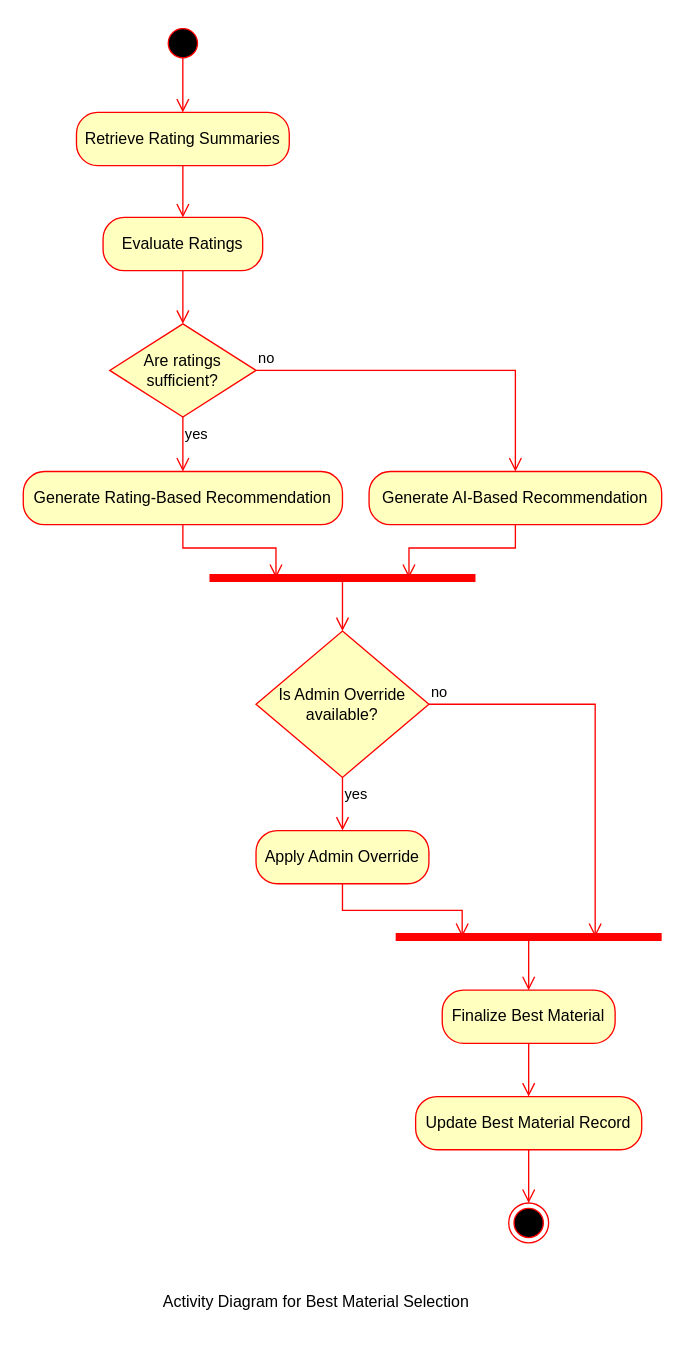
The draw.io diagram page "Activity Diagram" (7 of 7) of docs/system-diagrams.drawio in SayanMondal-1643/PeerPrep, before the edit. Source tidied: cells renumbered, new cells numbered last; positions are measured from the earlier drawing's top-left corner, leaving out a move shared by most shapes. Both pictures are drawn from the tidied source at 133%, with x=0, y=0 at pixel (23, 23).
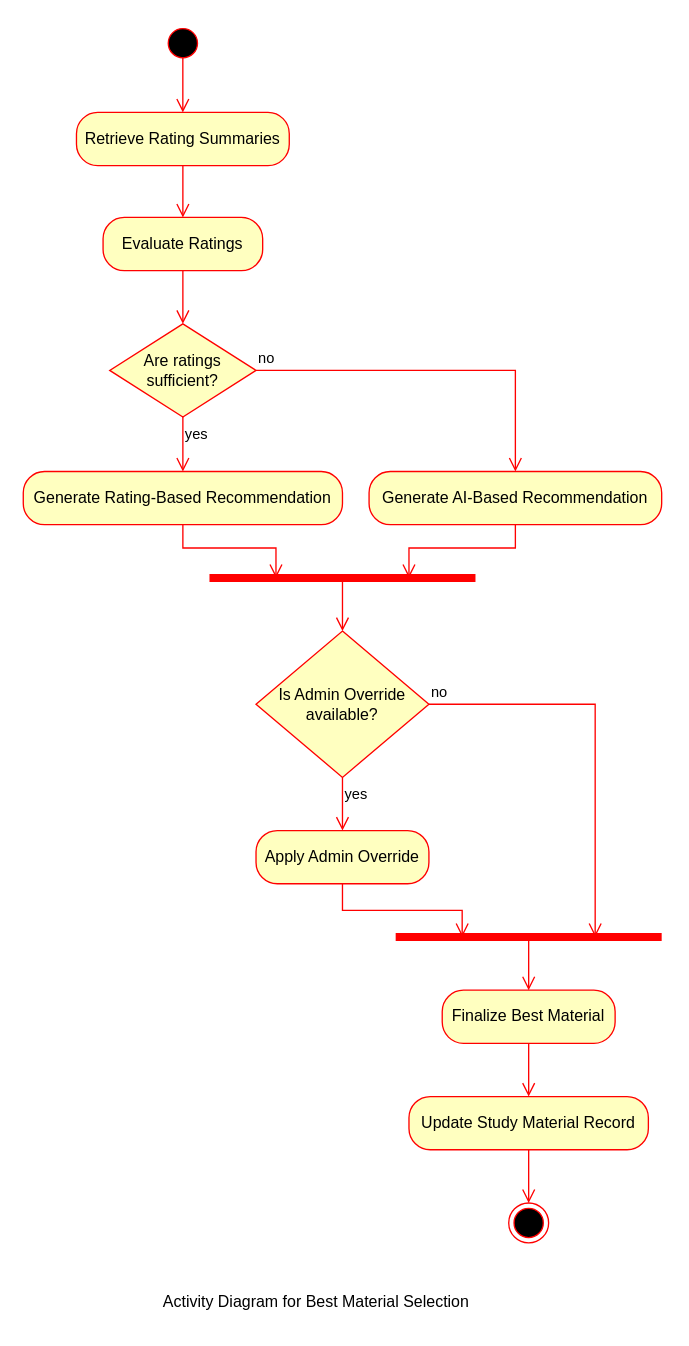
The same diagram, later.

The edit, as a diff of the source:
```diff
@@
-    <mxCell id="21" value="Update Best Material Record" style="rounded=1;whiteSpace=wrap;html=1;arcSize=40;fontColor=#000000;fillColor=#ffffc0;strokeColor=#ff0000;" parent="1" vertex="1">
-      <mxGeometry x="295" y="807" width="170" height="40" as="geometry" />
+    <mxCell id="21" value="Update Study Material Record" style="rounded=1;whiteSpace=wrap;html=1;arcSize=40;fontColor=#000000;fillColor=#ffffc0;strokeColor=#ff0000;" parent="1" vertex="1">
+      <mxGeometry x="290" y="807" width="180" height="40" as="geometry" />
     </mxCell>
```
